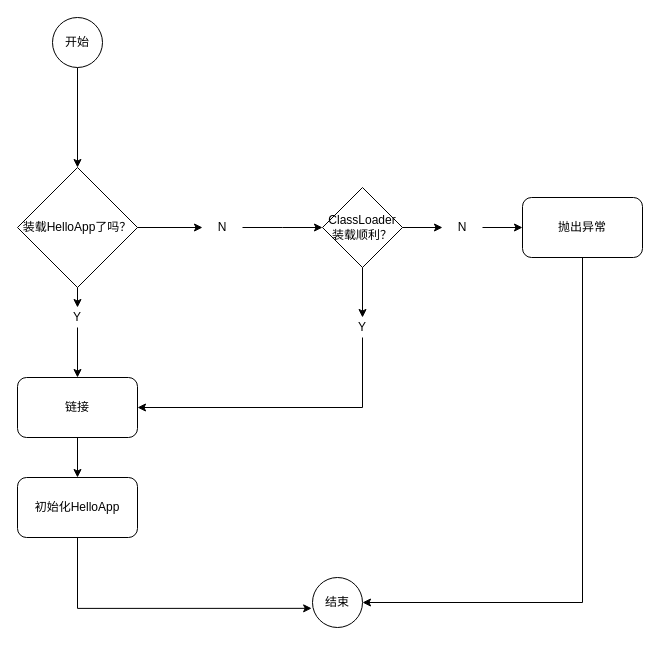
This is classLoad.drawio from alexanderGou/drawio, a draw.io file, before an edit. Source tidied: cells renumbered, new cells numbered last; positions are measured from the earlier drawing's top-left corner, leaving out a move shared by most shapes. Both pictures are drawn from the tidied source at 100%, with x=0, y=0 at pixel (17, 17).
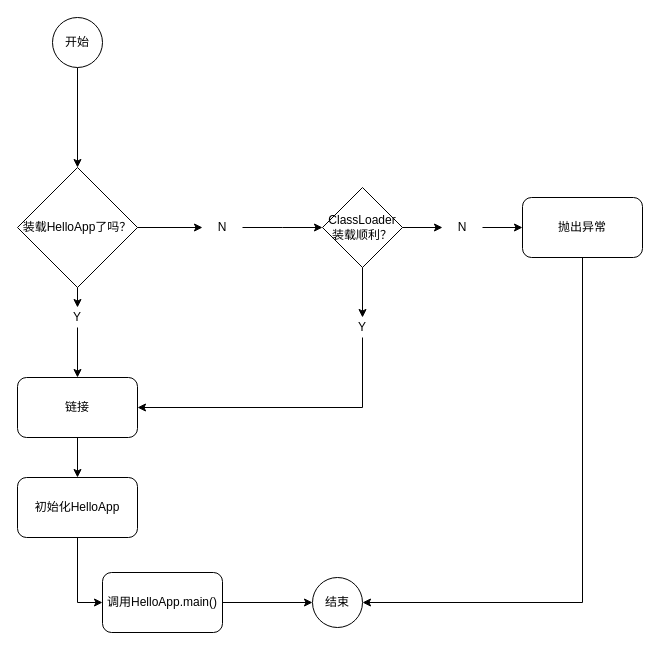
Above is the later version.

The change refers to these unchanged cells:
```xml
<mxCell id="10" value="初始化HelloApp" style="rounded=1;whiteSpace=wrap;html=1;" parent="1" vertex="1">
  <mxGeometry y="460" width="120" height="60" as="geometry" />
</mxCell>
<mxCell id="24" value="结束" style="ellipse;whiteSpace=wrap;html=1;" parent="1" vertex="1">
  <mxGeometry x="295" y="560" width="50" height="50" as="geometry" />
</mxCell>
```

Diff of the diagram source:
```diff
@@
-    <mxCell id="9" style="edgeStyle=orthogonalEdgeStyle;rounded=0;jettySize=auto;html=1;exitX=0.5;exitY=1;exitDx=0;exitDy=0;entryX=-0.017;entryY=0.617;entryDx=0;entryDy=0;entryPerimeter=0;" parent="1" edge="1" source="10" target="24">
-      <mxGeometry relative="1" as="geometry" />
-    </mxCell>
+    <mxCell id="25" style="edgeStyle=orthogonalEdgeStyle;rounded=0;jettySize=auto;html=1;exitX=0.5;exitY=1;exitDx=0;exitDy=0;entryX=0;entryY=0.5;entryDx=0;entryDy=0;" parent="1" edge="1" source="10" target="27">
+      <mxGeometry relative="1" as="geometry" />
+    </mxCell>
@@
+    <mxCell id="26" style="edgeStyle=orthogonalEdgeStyle;rounded=0;jettySize=auto;html=1;exitX=1;exitY=0.5;exitDx=0;exitDy=0;" parent="1" edge="1" source="27" target="24">
+      <mxGeometry relative="1" as="geometry" />
+    </mxCell>
+    <mxCell id="27" value="调用HelloApp.main()" style="rounded=1;whiteSpace=wrap;html=1;" parent="1" vertex="1">
+      <mxGeometry x="85" y="555" width="120" height="60" as="geometry" />
+    </mxCell>
```
